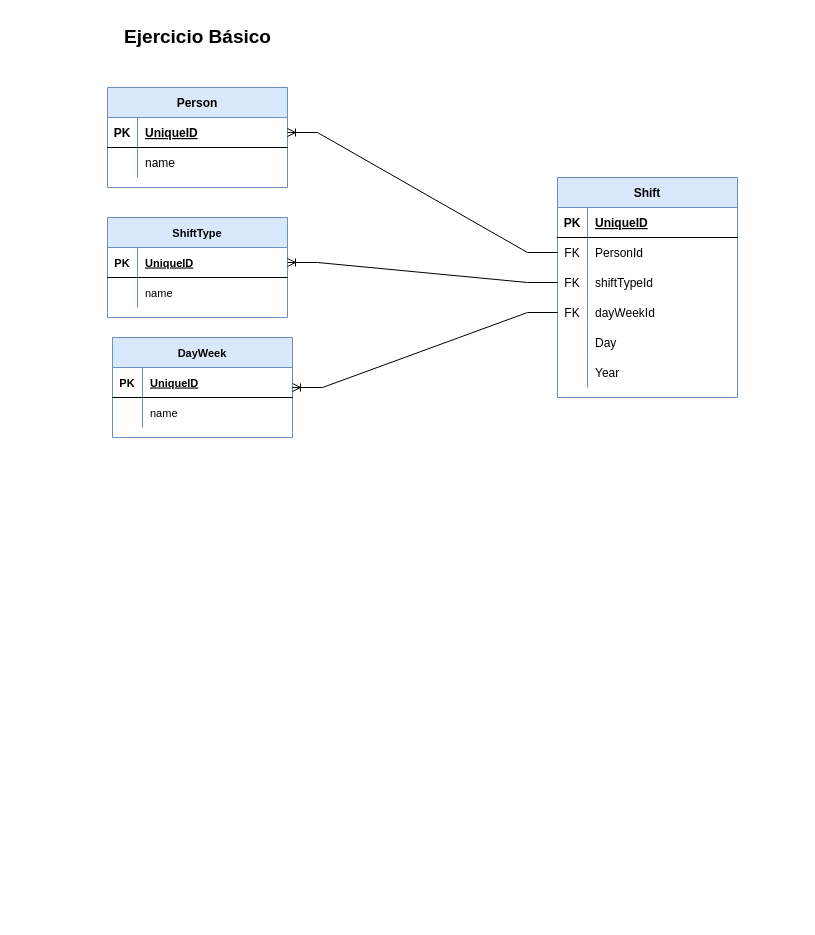
Above: turnos/turnos.drawio in manudous/modelado-drawio (draw.io), before the change. Source tidied: cells renumbered, new cells numbered last; positions are measured from the earlier drawing's top-left corner, leaving out a move shared by most shapes. Both pictures are drawn from the tidied source at 100%, with x=0, y=0 at pixel (107, 17).
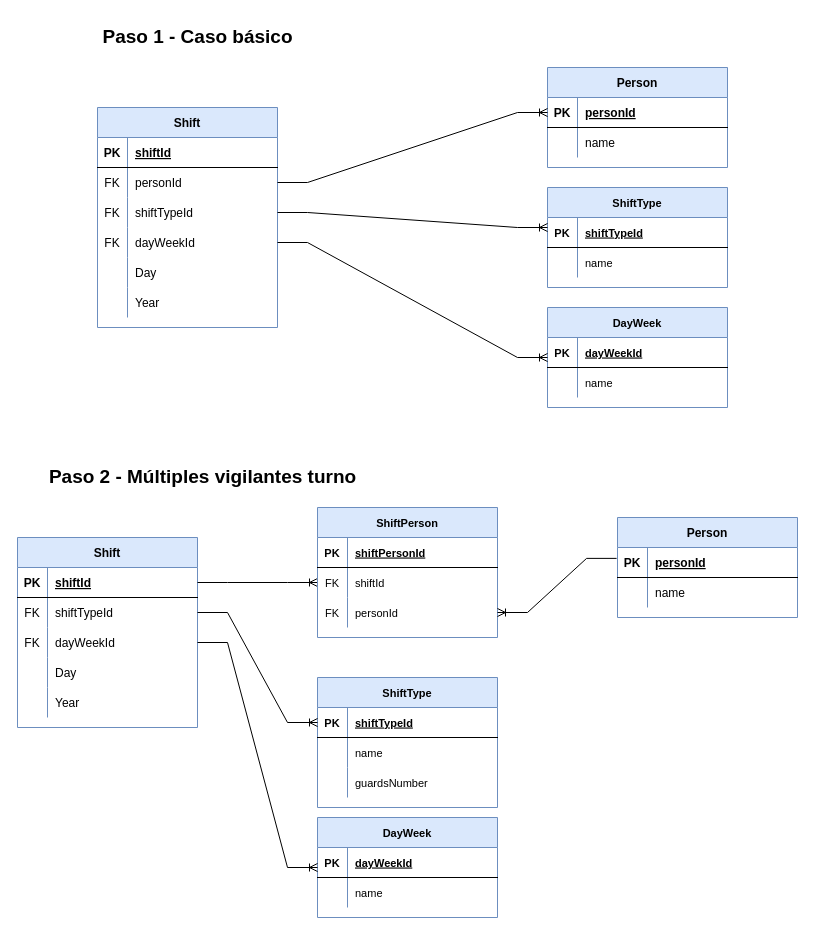
The same diagram, later.

The change refers to these unchanged cells:
```xml
<mxCell id="3" style="shape=tableRow;horizontal=0;startSize=0;swimlaneHead=0;swimlaneBody=0;fillColor=none;points=[[0,0.5],[1,0.5]];portConstraint=eastwest;top=0;left=0;right=0;bottom=1;" parent="2" vertex="1">
  <mxGeometry y="30" width="180" height="30" as="geometry" />
</mxCell>
<mxCell id="10" style="shape=tableRow;horizontal=0;startSize=0;swimlaneHead=0;swimlaneBody=0;fillColor=none;top=0;left=0;right=0;bottom=1;" parent="9" vertex="1">
  <mxGeometry y="30" width="180" height="30" as="geometry" />
</mxCell>
<mxCell id="13" style="shape=tableRow;horizontal=0;startSize=0;swimlaneHead=0;swimlaneBody=0;fillColor=none;points=[[0,0.5],[1,0.5]];portConstraint=eastwest;top=0;left=0;right=0;bottom=0;" parent="9" vertex="1">
  <mxGeometry y="60" width="180" height="30" as="geometry" />
</mxCell>
<mxCell id="16" style="shape=tableRow;horizontal=0;startSize=0;swimlaneHead=0;swimlaneBody=0;fillColor=none;points=[[0,0.5],[1,0.5]];portConstraint=eastwest;top=0;left=0;right=0;bottom=0;" parent="9" vertex="1">
  <mxGeometry y="90" width="180" height="30" as="geometry" />
</mxCell>
<mxCell id="19" style="shape=tableRow;horizontal=0;startSize=0;swimlaneHead=0;swimlaneBody=0;fillColor=none;points=[[0,0.5],[1,0.5]];portConstraint=eastwest;top=0;left=0;right=0;bottom=0;" parent="9" vertex="1">
  <mxGeometry y="120" width="180" height="30" as="geometry" />
</mxCell>
<mxCell id="31" style="shape=tableRow;horizontal=0;startSize=0;swimlaneHead=0;swimlaneBody=0;fillColor=none;points=[[0,0.5],[1,0.5]];portConstraint=eastwest;top=0;left=0;right=0;bottom=1;fontSize=11;" parent="30" vertex="1">
  <mxGeometry y="30" width="180" height="30" as="geometry" />
</mxCell>
<mxCell id="39" style="shape=tableRow;horizontal=0;startSize=0;swimlaneHead=0;swimlaneBody=0;fillColor=none;top=0;left=0;right=0;bottom=1;fontSize=11;" parent="38" vertex="1">
  <mxGeometry y="30" width="180" height="30" as="geometry" />
</mxCell>
```

The edit, as a diff of the source:
```diff
@@
     <mxCell id="2" value="Person" style="shape=table;startSize=30;childLayout=tableLayout;rowLines=0;fontStyle=1;align=center;fillColor=#dae8fc;strokeColor=#6c8ebf;" parent="1" vertex="1">
-      <mxGeometry y="70" width="180" height="100" as="geometry" />
+      <mxGeometry x="440" y="50" width="180" height="100" as="geometry" />
     </mxCell>
@@
-    <mxCell id="5" value="UniqueID" style="shape=partialRectangle;fillColor=none;top=0;left=0;bottom=0;right=0;align=left;spacingLeft=6;fontStyle=5;overflow=hidden;" parent="3" vertex="1">
+    <mxCell id="5" value="personId" style="shape=partialRectangle;fillColor=none;top=0;left=0;bottom=0;right=0;align=left;spacingLeft=6;fontStyle=5;overflow=hidden;" parent="3" vertex="1">
       <mxGeometry x="30" width="150" height="30" as="geometry" />
     </mxCell>
@@
     <mxCell id="9" value="Shift" style="shape=table;startSize=30;childLayout=tableLayout;rowLines=0;fontStyle=1;align=center;fillColor=#dae8fc;strokeColor=#6c8ebf;" parent="1" vertex="1">
-      <mxGeometry x="450" y="160" width="180" height="220" as="geometry" />
+      <mxGeometry x="-10" y="90" width="180" height="220" as="geometry" />
     </mxCell>
@@
-    <mxCell id="12" value="UniqueID" style="shape=partialRectangle;fillColor=none;top=0;left=0;bottom=0;right=0;align=left;spacingLeft=6;fontStyle=5;overflow=hidden;" parent="10" vertex="1">
+    <mxCell id="12" value="shiftId" style="shape=partialRectangle;fillColor=none;top=0;left=0;bottom=0;right=0;align=left;spacingLeft=6;fontStyle=5;overflow=hidden;" parent="10" vertex="1">
       <mxGeometry x="30" width="150" height="30" as="geometry" />
     </mxCell>
@@
-    <mxCell id="15" value="PersonId" style="shape=partialRectangle;fillColor=none;top=0;left=0;bottom=0;right=0;align=left;spacingLeft=6;overflow=hidden;" parent="13" vertex="1">
+    <mxCell id="15" value="personId" style="shape=partialRectangle;fillColor=none;top=0;left=0;bottom=0;right=0;align=left;spacingLeft=6;overflow=hidden;" parent="13" vertex="1">
       <mxGeometry x="30" width="150" height="30" as="geometry" />
     </mxCell>
@@
-    <mxCell id="28" style="edgeStyle=entityRelationEdgeStyle;fontSize=12;html=1;endArrow=ERoneToMany;rounded=0;entryX=1;entryY=0.5;entryDx=0;entryDy=0;" parent="1" edge="1" source="13" target="3">
+    <mxCell id="28" style="edgeStyle=entityRelationEdgeStyle;fontSize=12;html=1;endArrow=ERoneToMany;rounded=0;" parent="1" edge="1" source="13" target="3">
       <mxGeometry relative="1" as="geometry" />
     </mxCell>
-    <mxCell id="29" value="Ejercicio Básico&lt;br style=&quot;font-size: 19px;&quot;&gt;" style="text;html=1;align=center;verticalAlign=middle;strokeColor=none;fillColor=none;fontSize=19;fontStyle=1;" parent="1" vertex="1">
-      <mxGeometry x="5" width="170" height="40" as="geometry" />
+    <mxCell id="29" value="Paso 1 - Caso básico" style="text;html=1;align=center;verticalAlign=middle;strokeColor=none;fillColor=none;fontSize=19;fontStyle=1;" parent="1" vertex="1">
+      <mxGeometry x="-15" width="210" height="40" as="geometry" />
     </mxCell>
     <mxCell id="30" value="ShiftType" style="shape=table;startSize=30;childLayout=tableLayout;rowLines=0;fontStyle=1;align=center;fontSize=11;fillColor=#dae8fc;strokeColor=#6c8ebf;" parent="1" vertex="1">
-      <mxGeometry y="200" width="180" height="100" as="geometry" />
+      <mxGeometry x="440" y="170" width="180" height="100" as="geometry" />
     </mxCell>
@@
-    <mxCell id="33" value="UniqueID" style="shape=partialRectangle;fillColor=none;top=0;left=0;bottom=0;right=0;align=left;spacingLeft=6;fontStyle=5;overflow=hidden;fontSize=11;" parent="31" vertex="1">
+    <mxCell id="33" value="shiftTypeId" style="shape=partialRectangle;fillColor=none;top=0;left=0;bottom=0;right=0;align=left;spacingLeft=6;fontStyle=5;overflow=hidden;fontSize=11;" parent="31" vertex="1">
       <mxGeometry x="30" width="150" height="30" as="geometry" />
     </mxCell>
@@
-    <mxCell id="37" style="edgeStyle=entityRelationEdgeStyle;fontSize=12;html=1;endArrow=ERoneToMany;rounded=0;exitX=0;exitY=0.5;exitDx=0;exitDy=0;entryX=1;entryY=0.5;entryDx=0;entryDy=0;" parent="1" edge="1" source="16" target="31">
-      <mxGeometry relative="1" as="geometry" />
+    <mxCell id="37" style="edgeStyle=entityRelationEdgeStyle;fontSize=12;html=1;endArrow=ERoneToMany;rounded=0;exitX=1;exitY=0.5;exitDx=0;exitDy=0;" parent="1" edge="1" source="16">
+      <mxGeometry relative="1" as="geometry">
+        <mxPoint x="440" y="210" as="targetPoint" />
+      </mxGeometry>
     </mxCell>
     <mxCell id="38" value="DayWeek" style="shape=table;startSize=30;childLayout=tableLayout;rowLines=0;fontStyle=1;align=center;fontSize=11;fillColor=#dae8fc;strokeColor=#6c8ebf;" parent="1" vertex="1">
-      <mxGeometry x="5" y="320" width="180" height="100" as="geometry" />
+      <mxGeometry x="440" y="290" width="180" height="100" as="geometry" />
     </mxCell>
@@
-    <mxCell id="41" value="UniqueID" style="shape=partialRectangle;fillColor=none;top=0;left=0;bottom=0;right=0;align=left;spacingLeft=6;fontStyle=5;overflow=hidden;fontSize=11;" parent="39" vertex="1">
+    <mxCell id="41" value="dayWeekId" style="shape=partialRectangle;fillColor=none;top=0;left=0;bottom=0;right=0;align=left;spacingLeft=6;fontStyle=5;overflow=hidden;fontSize=11;" parent="39" vertex="1">
       <mxGeometry x="30" width="150" height="30" as="geometry" />
     </mxCell>
@@
-    <mxCell id="45" style="edgeStyle=entityRelationEdgeStyle;fontSize=12;html=1;endArrow=ERoneToMany;rounded=0;exitX=0;exitY=0.5;exitDx=0;exitDy=0;" parent="1" edge="1" source="19" target="38">
+    <mxCell id="45" style="edgeStyle=entityRelationEdgeStyle;fontSize=12;html=1;endArrow=ERoneToMany;rounded=0;exitX=1;exitY=0.5;exitDx=0;exitDy=0;" parent="1" edge="1" source="19" target="38">
       <mxGeometry relative="1" as="geometry" />
     </mxCell>
+    <mxCell id="46" value="Paso 2 - Múltiples vigilantes turno" style="text;html=1;align=center;verticalAlign=middle;strokeColor=none;fillColor=none;fontSize=19;fontStyle=1;" parent="1" vertex="1">
+      <mxGeometry x="-70" y="440" width="330" height="40" as="geometry" />
+    </mxCell>
+    <mxCell id="47" value="Shift" style="shape=table;startSize=30;childLayout=tableLayout;rowLines=0;fontStyle=1;align=center;fillColor=#dae8fc;strokeColor=#6c8ebf;" parent="1" vertex="1">
+      <mxGeometry x="-90" y="520" width="180" height="190" as="geometry" />
+    </mxCell>
+    <mxCell id="48" style="shape=tableRow;horizontal=0;startSize=0;swimlaneHead=0;swimlaneBody=0;fillColor=none;points=[[0,0.5],[1,0.5]];portConstraint=eastwest;top=0;left=0;right=0;bottom=1;" parent="47" vertex="1">
+      <mxGeometry y="30" width="180" height="30" as="geometry" />
+    </mxCell>
+    <mxCell id="49" value="PK" style="shape=partialRectangle;fillColor=none;top=0;left=0;bottom=0;right=0;fontStyle=1;overflow=hidden;" parent="48" vertex="1">
+      <mxGeometry width="30" height="30" as="geometry" />
+    </mxCell>
+    <mxCell id="50" value="shiftId" style="shape=partialRectangle;fillColor=none;top=0;left=0;bottom=0;right=0;align=left;spacingLeft=6;fontStyle=5;overflow=hidden;" parent="48" vertex="1">
+      <mxGeometry x="30" width="150" height="30" as="geometry" />
+    </mxCell>
+    <mxCell id="51" style="shape=tableRow;horizontal=0;startSize=0;swimlaneHead=0;swimlaneBody=0;fillColor=none;points=[[0,0.5],[1,0.5]];portConstraint=eastwest;top=0;left=0;right=0;bottom=0;" parent="47" vertex="1">
+      <mxGeometry y="60" width="180" height="30" as="geometry" />
+    </mxCell>
+    <mxCell id="52" value="FK" style="shape=partialRectangle;fillColor=none;top=0;left=0;bottom=0;right=0;overflow=hidden;" parent="51" vertex="1">
+      <mxGeometry width="30" height="30" as="geometry" />
+    </mxCell>
+    <mxCell id="53" value="shiftTypeId" style="shape=partialRectangle;fillColor=none;top=0;left=0;bottom=0;right=0;align=left;spacingLeft=6;overflow=hidden;" parent="51" vertex="1">
+      <mxGeometry x="30" width="150" height="30" as="geometry" />
+    </mxCell>
+    <mxCell id="54" style="shape=tableRow;horizontal=0;startSize=0;swimlaneHead=0;swimlaneBody=0;fillColor=none;points=[[0,0.5],[1,0.5]];portConstraint=eastwest;top=0;left=0;right=0;bottom=0;" parent="47" vertex="1">
+      <mxGeometry y="90" width="180" height="30" as="geometry" />
+    </mxCell>
+    <mxCell id="55" value="FK" style="shape=partialRectangle;fillColor=none;top=0;left=0;bottom=0;right=0;overflow=hidden;" parent="54" vertex="1">
+      <mxGeometry width="30" height="30" as="geometry" />
+    </mxCell>
+    <mxCell id="56" value="dayWeekId" style="shape=partialRectangle;fillColor=none;top=0;left=0;bottom=0;right=0;align=left;spacingLeft=6;overflow=hidden;" parent="54" vertex="1">
+      <mxGeometry x="30" width="150" height="30" as="geometry" />
+    </mxCell>
+    <mxCell id="57" style="shape=tableRow;horizontal=0;startSize=0;swimlaneHead=0;swimlaneBody=0;fillColor=none;top=0;left=0;right=0;bottom=0;" parent="47" vertex="1">
+      <mxGeometry y="120" width="180" height="30" as="geometry" />
+    </mxCell>
+    <mxCell id="58" style="shape=partialRectangle;fillColor=none;top=0;left=0;bottom=0;right=0;overflow=hidden;" parent="57" vertex="1">
+      <mxGeometry width="30" height="30" as="geometry" />
+    </mxCell>
+    <mxCell id="59" value="Day" style="shape=partialRectangle;fillColor=none;top=0;left=0;bottom=0;right=0;align=left;spacingLeft=6;overflow=hidden;" parent="57" vertex="1">
+      <mxGeometry x="30" width="150" height="30" as="geometry" />
+    </mxCell>
+    <mxCell id="60" style="shape=tableRow;horizontal=0;startSize=0;swimlaneHead=0;swimlaneBody=0;fillColor=none;top=0;left=0;right=0;bottom=0;" parent="47" vertex="1">
+      <mxGeometry y="150" width="180" height="30" as="geometry" />
+    </mxCell>
+    <mxCell id="61" style="shape=partialRectangle;fillColor=none;top=0;left=0;bottom=0;right=0;overflow=hidden;" parent="60" vertex="1">
+      <mxGeometry width="30" height="30" as="geometry" />
+    </mxCell>
+    <mxCell id="62" value="Year" style="shape=partialRectangle;fillColor=none;top=0;left=0;bottom=0;right=0;align=left;spacingLeft=6;overflow=hidden;" parent="60" vertex="1">
+      <mxGeometry x="30" width="150" height="30" as="geometry" />
+    </mxCell>
+    <mxCell id="63" style="edgeStyle=entityRelationEdgeStyle;fontSize=12;html=1;endArrow=ERoneToMany;rounded=0;entryX=0;entryY=0.5;entryDx=0;entryDy=0;" parent="1" edge="1" source="48" target="94">
+      <mxGeometry relative="1" as="geometry" />
+    </mxCell>
+    <mxCell id="64" value="ShiftType" style="shape=table;startSize=30;childLayout=tableLayout;rowLines=0;fontStyle=1;align=center;fontSize=11;fillColor=#dae8fc;strokeColor=#6c8ebf;" parent="1" vertex="1">
+      <mxGeometry x="210" y="660" width="180" height="130" as="geometry" />
+    </mxCell>
+    <mxCell id="65" style="shape=tableRow;horizontal=0;startSize=0;swimlaneHead=0;swimlaneBody=0;fillColor=none;points=[[0,0.5],[1,0.5]];portConstraint=eastwest;top=0;left=0;right=0;bottom=1;fontSize=11;" parent="64" vertex="1">
+      <mxGeometry y="30" width="180" height="30" as="geometry" />
+    </mxCell>
+    <mxCell id="66" value="PK" style="shape=partialRectangle;fillColor=none;top=0;left=0;bottom=0;right=0;fontStyle=1;overflow=hidden;fontSize=11;" parent="65" vertex="1">
+      <mxGeometry width="30" height="30" as="geometry" />
+    </mxCell>
+    <mxCell id="67" value="shiftTypeId" style="shape=partialRectangle;fillColor=none;top=0;left=0;bottom=0;right=0;align=left;spacingLeft=6;fontStyle=5;overflow=hidden;fontSize=11;" parent="65" vertex="1">
+      <mxGeometry x="30" width="150" height="30" as="geometry" />
+    </mxCell>
+    <mxCell id="68" style="shape=tableRow;horizontal=0;startSize=0;swimlaneHead=0;swimlaneBody=0;fillColor=none;top=0;left=0;right=0;bottom=0;fontSize=11;" parent="64" vertex="1">
+      <mxGeometry y="60" width="180" height="30" as="geometry" />
+    </mxCell>
+    <mxCell id="69" style="shape=partialRectangle;fillColor=none;top=0;left=0;bottom=0;right=0;overflow=hidden;fontSize=11;" parent="68" vertex="1">
+      <mxGeometry width="30" height="30" as="geometry" />
+    </mxCell>
+    <mxCell id="70" value="name" style="shape=partialRectangle;fillColor=none;top=0;left=0;bottom=0;right=0;align=left;spacingLeft=6;overflow=hidden;fontSize=11;" parent="68" vertex="1">
+      <mxGeometry x="30" width="150" height="30" as="geometry" />
+    </mxCell>
+    <mxCell id="71" style="shape=tableRow;horizontal=0;startSize=0;swimlaneHead=0;swimlaneBody=0;fillColor=none;top=0;left=0;right=0;bottom=0;fontSize=11;" parent="64" vertex="1">
+      <mxGeometry y="90" width="180" height="30" as="geometry" />
+    </mxCell>
+    <mxCell id="72" style="shape=partialRectangle;fillColor=none;top=0;left=0;bottom=0;right=0;overflow=hidden;fontSize=11;" parent="71" vertex="1">
+      <mxGeometry width="30" height="30" as="geometry" />
+    </mxCell>
+    <mxCell id="73" value="guardsNumber" style="shape=partialRectangle;fillColor=none;top=0;left=0;bottom=0;right=0;align=left;spacingLeft=6;overflow=hidden;fontSize=11;" parent="71" vertex="1">
+      <mxGeometry x="30" width="150" height="30" as="geometry" />
+    </mxCell>
+    <mxCell id="74" style="edgeStyle=entityRelationEdgeStyle;fontSize=12;html=1;endArrow=ERoneToMany;rounded=0;exitX=1;exitY=0.5;exitDx=0;exitDy=0;entryX=0;entryY=0.5;entryDx=0;entryDy=0;" parent="1" edge="1" source="51" target="65">
+      <mxGeometry relative="1" as="geometry" />
+    </mxCell>
+    <mxCell id="75" value="DayWeek" style="shape=table;startSize=30;childLayout=tableLayout;rowLines=0;fontStyle=1;align=center;fontSize=11;fillColor=#dae8fc;strokeColor=#6c8ebf;" parent="1" vertex="1">
+      <mxGeometry x="210" y="800" width="180" height="100" as="geometry" />
+    </mxCell>
+    <mxCell id="76" style="shape=tableRow;horizontal=0;startSize=0;swimlaneHead=0;swimlaneBody=0;fillColor=none;top=0;left=0;right=0;bottom=1;fontSize=11;" parent="75" vertex="1">
+      <mxGeometry y="30" width="180" height="30" as="geometry" />
+    </mxCell>
+    <mxCell id="77" value="PK" style="shape=partialRectangle;fillColor=none;top=0;left=0;bottom=0;right=0;fontStyle=1;overflow=hidden;fontSize=11;" parent="76" vertex="1">
+      <mxGeometry width="30" height="30" as="geometry" />
+    </mxCell>
+    <mxCell id="78" value="dayWeekId" style="shape=partialRectangle;fillColor=none;top=0;left=0;bottom=0;right=0;align=left;spacingLeft=6;fontStyle=5;overflow=hidden;fontSize=11;" parent="76" vertex="1">
+      <mxGeometry x="30" width="150" height="30" as="geometry" />
+    </mxCell>
+    <mxCell id="79" style="shape=tableRow;horizontal=0;startSize=0;swimlaneHead=0;swimlaneBody=0;fillColor=none;top=0;left=0;right=0;bottom=0;fontSize=11;" parent="75" vertex="1">
+      <mxGeometry y="60" width="180" height="30" as="geometry" />
+    </mxCell>
+    <mxCell id="80" style="shape=partialRectangle;fillColor=none;top=0;left=0;bottom=0;right=0;overflow=hidden;fontSize=11;" parent="79" vertex="1">
+      <mxGeometry width="30" height="30" as="geometry" />
+    </mxCell>
+    <mxCell id="81" value="name" style="shape=partialRectangle;fillColor=none;top=0;left=0;bottom=0;right=0;align=left;spacingLeft=6;overflow=hidden;fontSize=11;" parent="79" vertex="1">
+      <mxGeometry x="30" width="150" height="30" as="geometry" />
+    </mxCell>
+    <mxCell id="82" style="edgeStyle=entityRelationEdgeStyle;fontSize=12;html=1;endArrow=ERoneToMany;rounded=0;exitX=1;exitY=0.5;exitDx=0;exitDy=0;" parent="1" edge="1" source="54" target="75">
+      <mxGeometry relative="1" as="geometry" />
+    </mxCell>
+    <mxCell id="83" value="Person" style="shape=table;startSize=30;childLayout=tableLayout;rowLines=0;fontStyle=1;align=center;fillColor=#dae8fc;strokeColor=#6c8ebf;" parent="1" vertex="1">
+      <mxGeometry x="510" y="500" width="180" height="100" as="geometry" />
+    </mxCell>
+    <mxCell id="84" style="shape=tableRow;horizontal=0;startSize=0;swimlaneHead=0;swimlaneBody=0;fillColor=none;points=[[0,0.5],[1,0.5]];portConstraint=eastwest;top=0;left=0;right=0;bottom=1;" parent="83" vertex="1">
+      <mxGeometry y="30" width="180" height="30" as="geometry" />
+    </mxCell>
+    <mxCell id="85" value="PK" style="shape=partialRectangle;fillColor=none;top=0;left=0;bottom=0;right=0;fontStyle=1;overflow=hidden;" parent="84" vertex="1">
+      <mxGeometry width="30" height="30" as="geometry" />
+    </mxCell>
+    <mxCell id="86" value="personId" style="shape=partialRectangle;fillColor=none;top=0;left=0;bottom=0;right=0;align=left;spacingLeft=6;fontStyle=5;overflow=hidden;" parent="84" vertex="1">
+      <mxGeometry x="30" width="150" height="30" as="geometry" />
+    </mxCell>
+    <mxCell id="87" style="shape=tableRow;horizontal=0;startSize=0;swimlaneHead=0;swimlaneBody=0;fillColor=none;top=0;left=0;right=0;bottom=0;" parent="83" vertex="1">
+      <mxGeometry y="60" width="180" height="30" as="geometry" />
+    </mxCell>
+    <mxCell id="88" style="shape=partialRectangle;fillColor=none;top=0;left=0;bottom=0;right=0;overflow=hidden;" parent="87" vertex="1">
+      <mxGeometry width="30" height="30" as="geometry" />
+    </mxCell>
+    <mxCell id="89" value="name" style="shape=partialRectangle;fillColor=none;top=0;left=0;bottom=0;right=0;align=left;spacingLeft=6;overflow=hidden;" parent="87" vertex="1">
+      <mxGeometry x="30" width="150" height="30" as="geometry" />
+    </mxCell>
+    <mxCell id="90" value="ShiftPerson" style="shape=table;startSize=30;childLayout=tableLayout;rowLines=0;fontStyle=1;align=center;fontSize=11;fillColor=#dae8fc;strokeColor=#6c8ebf;" parent="1" vertex="1">
+      <mxGeometry x="210" y="490" width="180" height="130" as="geometry" />
+    </mxCell>
+    <mxCell id="91" style="shape=tableRow;horizontal=0;startSize=0;swimlaneHead=0;swimlaneBody=0;fillColor=none;top=0;left=0;right=0;bottom=1;fontSize=11;" parent="90" vertex="1">
+      <mxGeometry y="30" width="180" height="30" as="geometry" />
+    </mxCell>
+    <mxCell id="92" value="PK" style="shape=partialRectangle;fillColor=none;top=0;left=0;bottom=0;right=0;fontStyle=1;overflow=hidden;fontSize=11;" parent="91" vertex="1">
+      <mxGeometry width="30" height="30" as="geometry" />
+    </mxCell>
+    <mxCell id="93" value="shiftPersonId" style="shape=partialRectangle;fillColor=none;top=0;left=0;bottom=0;right=0;align=left;spacingLeft=6;fontStyle=5;overflow=hidden;fontSize=11;" parent="91" vertex="1">
+      <mxGeometry x="30" width="150" height="30" as="geometry" />
+    </mxCell>
+    <mxCell id="94" style="shape=tableRow;horizontal=0;startSize=0;swimlaneHead=0;swimlaneBody=0;fillColor=none;points=[[0,0.5],[1,0.5]];portConstraint=eastwest;top=0;left=0;right=0;bottom=0;fontSize=11;" parent="90" vertex="1">
+      <mxGeometry y="60" width="180" height="30" as="geometry" />
+    </mxCell>
+    <mxCell id="95" value="FK" style="shape=partialRectangle;fillColor=none;top=0;left=0;bottom=0;right=0;overflow=hidden;fontSize=11;" parent="94" vertex="1">
+      <mxGeometry width="30" height="30" as="geometry" />
+    </mxCell>
+    <mxCell id="96" value="shiftId" style="shape=partialRectangle;fillColor=none;top=0;left=0;bottom=0;right=0;align=left;spacingLeft=6;overflow=hidden;fontSize=11;" parent="94" vertex="1">
+      <mxGeometry x="30" width="150" height="30" as="geometry" />
+    </mxCell>
+    <mxCell id="97" style="shape=tableRow;horizontal=0;startSize=0;swimlaneHead=0;swimlaneBody=0;fillColor=none;points=[[0,0.5],[1,0.5]];portConstraint=eastwest;top=0;left=0;right=0;bottom=0;fontSize=11;" parent="90" vertex="1">
+      <mxGeometry y="90" width="180" height="30" as="geometry" />
+    </mxCell>
+    <mxCell id="98" value="FK" style="shape=partialRectangle;fillColor=none;top=0;left=0;bottom=0;right=0;overflow=hidden;fontSize=11;" parent="97" vertex="1">
+      <mxGeometry width="30" height="30" as="geometry" />
+    </mxCell>
+    <mxCell id="99" value="personId" style="shape=partialRectangle;fillColor=none;top=0;left=0;bottom=0;right=0;align=left;spacingLeft=6;overflow=hidden;fontSize=11;" parent="97" vertex="1">
+      <mxGeometry x="30" width="150" height="30" as="geometry" />
+    </mxCell>
+    <mxCell id="100" style="edgeStyle=entityRelationEdgeStyle;fontSize=12;html=1;endArrow=ERoneToMany;rounded=0;exitX=-0.005;exitY=0.363;exitDx=0;exitDy=0;exitPerimeter=0;" parent="1" edge="1" source="84" target="97">
+      <mxGeometry relative="1" as="geometry" />
+    </mxCell>
```
